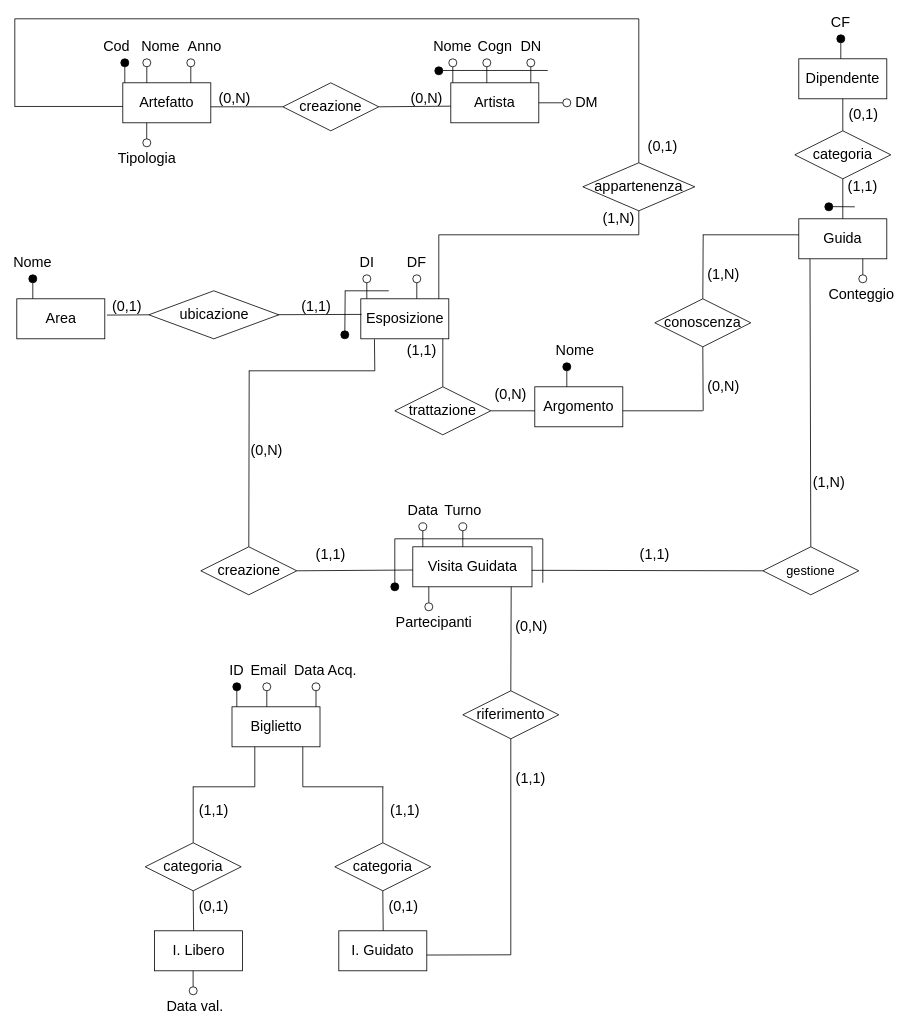
Chris-Libra-Unipd/ProgettoBasi keeps this draw.io diagram as ER_Ristrutturato.drawio. Above is the earlier version. Source tidied: cells renumbered, new cells numbered last; positions are measured from the earlier drawing's top-left corner, leaving out a move shared by most shapes. Both pictures are drawn from the tidied source at 80%, with x=0, y=0 at pixel (14, 18).
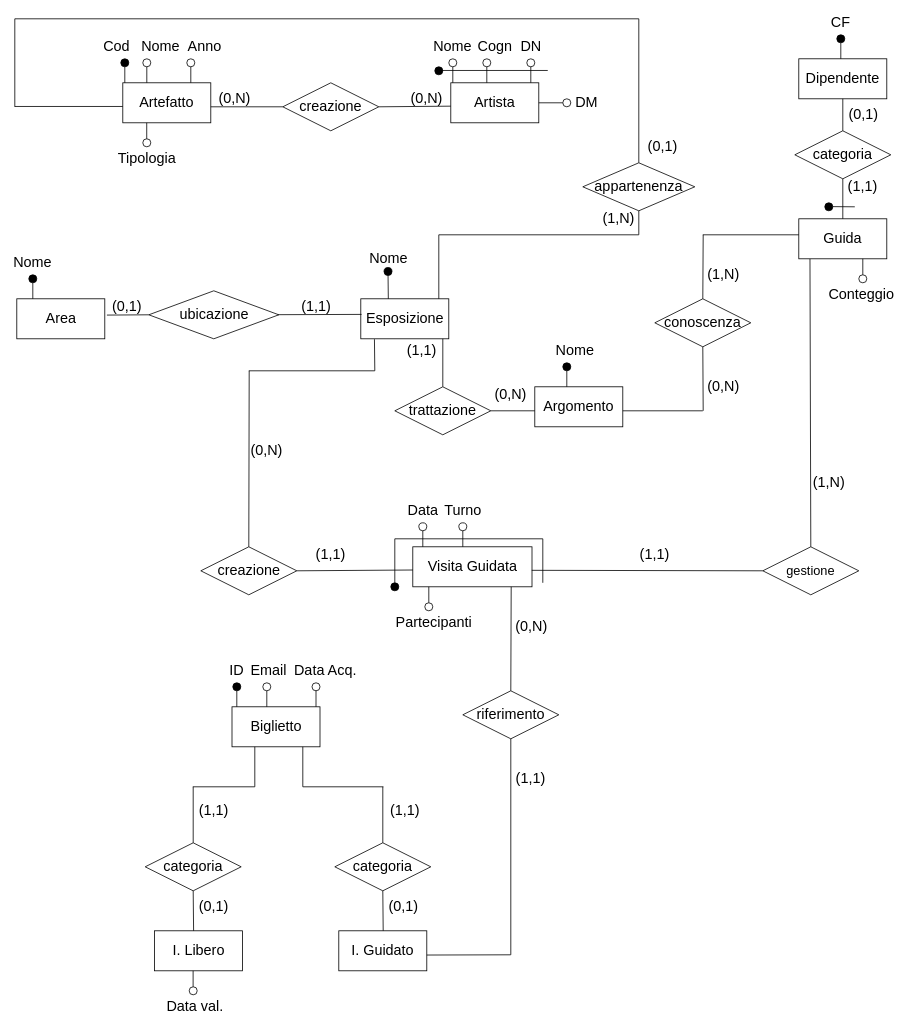
After the change.

The edit, as a diff of the source:
```diff
@@
-    <mxCell id="46" style="verticalLabelPosition=bottom;verticalAlign=top;html=1;shape=mxgraph.flowchart.on-page_reference;" parent="1" vertex="1">
-      <mxGeometry x="435" y="320" width="10" height="10" as="geometry" />
-    </mxCell>
-    <mxCell id="47" style="endArrow=none;html=1;rounded=0;entryX=0.5;entryY=1;entryDx=0;entryDy=0;entryPerimeter=0;" parent="1" edge="1" target="46">
-      <mxGeometry relative="1" as="geometry">
-        <mxPoint x="440" y="350" as="sourcePoint" />
-      </mxGeometry>
-    </mxCell>
-    <mxCell id="48" value="&lt;span style=&quot;font-size: 18px;&quot;&gt;DI&lt;/span&gt;" style="text;html=1;align=center;verticalAlign=middle;whiteSpace=wrap;rounded=0;" parent="1" vertex="1">
-      <mxGeometry x="417.5" y="300" width="45" height="10" as="geometry" />
-    </mxCell>
-    <mxCell id="49" style="verticalLabelPosition=bottom;verticalAlign=top;html=1;shape=mxgraph.flowchart.on-page_reference;" parent="1" vertex="1">
-      <mxGeometry x="497.5" y="320" width="10" height="10" as="geometry" />
-    </mxCell>
-    <mxCell id="50" style="endArrow=none;html=1;rounded=0;entryX=0.5;entryY=1;entryDx=0;entryDy=0;entryPerimeter=0;" parent="1" edge="1" target="49">
-      <mxGeometry relative="1" as="geometry">
-        <mxPoint x="502.5" y="350" as="sourcePoint" />
-      </mxGeometry>
-    </mxCell>
-    <mxCell id="51" value="&lt;span style=&quot;font-size: 18px;&quot;&gt;DF&lt;/span&gt;" style="text;html=1;align=center;verticalAlign=middle;whiteSpace=wrap;rounded=0;" parent="1" vertex="1">
-      <mxGeometry x="480" y="300" width="45" height="10" as="geometry" />
-    </mxCell>
-    <mxCell id="52" style="endArrow=none;html=1;rounded=0;" parent="1" edge="1">
-      <mxGeometry relative="1" as="geometry">
-        <mxPoint x="412.5" y="340" as="sourcePoint" />
-        <mxPoint x="467.5" y="340" as="targetPoint" />
-      </mxGeometry>
-    </mxCell>
-    <mxCell id="53" style="endArrow=none;html=1;rounded=0;" parent="1" edge="1" source="54">
-      <mxGeometry relative="1" as="geometry">
-        <mxPoint x="413" y="340" as="targetPoint" />
-      </mxGeometry>
-    </mxCell>
-    <mxCell id="54" style="verticalLabelPosition=bottom;verticalAlign=top;html=1;shape=mxgraph.flowchart.on-page_reference;fillColor=#000000;" parent="1" vertex="1">
-      <mxGeometry x="407.5" y="390" width="10" height="10" as="geometry" />
-    </mxCell>
@@
+    <mxCell id="162" style="endArrow=none;html=1;rounded=0;entryX=0.617;entryY=-0.019;entryDx=0;entryDy=0;entryPerimeter=0;" parent="1" edge="1" source="163">
+      <mxGeometry relative="1" as="geometry">
+        <mxPoint x="466.9" y="350" as="targetPoint" />
+      </mxGeometry>
+    </mxCell>
+    <mxCell id="163" style="verticalLabelPosition=bottom;verticalAlign=top;html=1;shape=mxgraph.flowchart.on-page_reference;fillColor=#000000;" parent="1" vertex="1">
+      <mxGeometry x="461.5" y="310.9" width="10" height="10" as="geometry" />
+    </mxCell>
+    <mxCell id="164" value="&lt;font style=&quot;font-size: 18px;&quot;&gt;Nome&lt;/font&gt;" style="text;html=1;align=center;verticalAlign=middle;strokeColor=none;fillColor=none;" parent="1" vertex="1">
+      <mxGeometry x="431.5" y="280" width="70" height="40" as="geometry" />
+    </mxCell>
```
